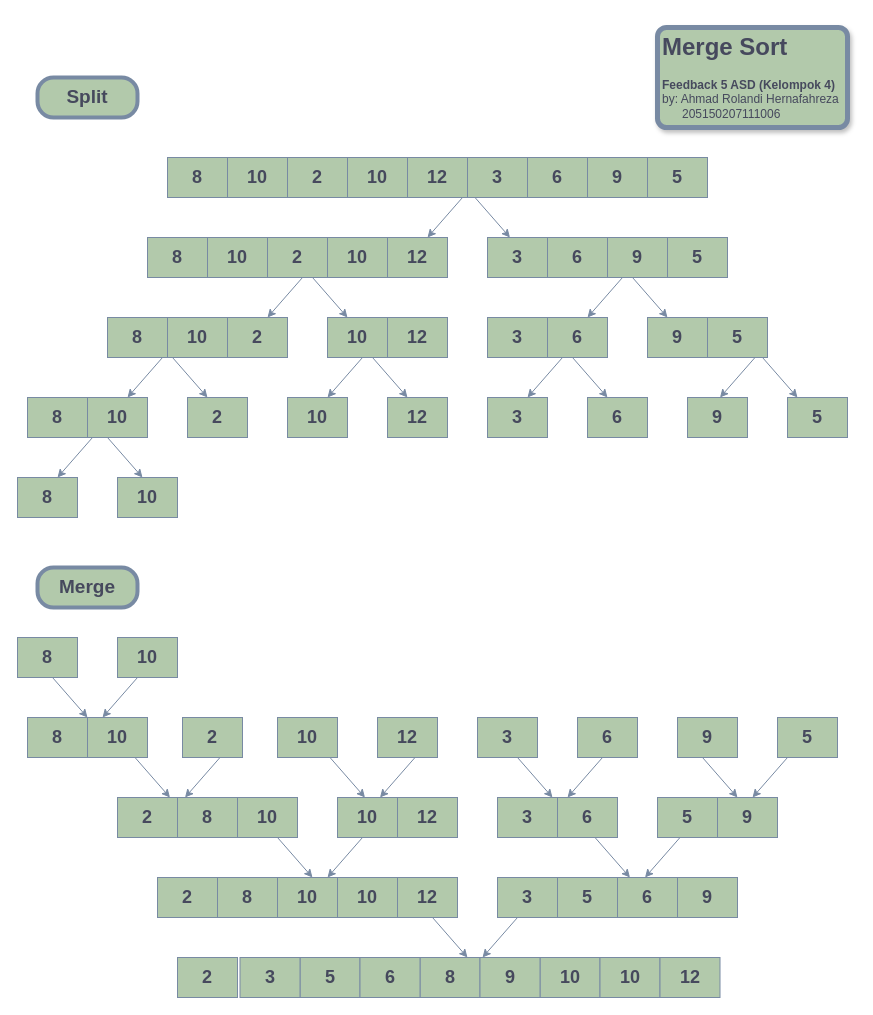
Earlier version of the draw.io diagram MergeSort.drawio (ahmrh/diagrams.net). Source tidied: cells renumbered, new cells numbered last; positions are measured from the earlier drawing's top-left corner, leaving out a move shared by most shapes. Both pictures are drawn from the tidied source at 100%, with x=0, y=0 at pixel (17, 27).
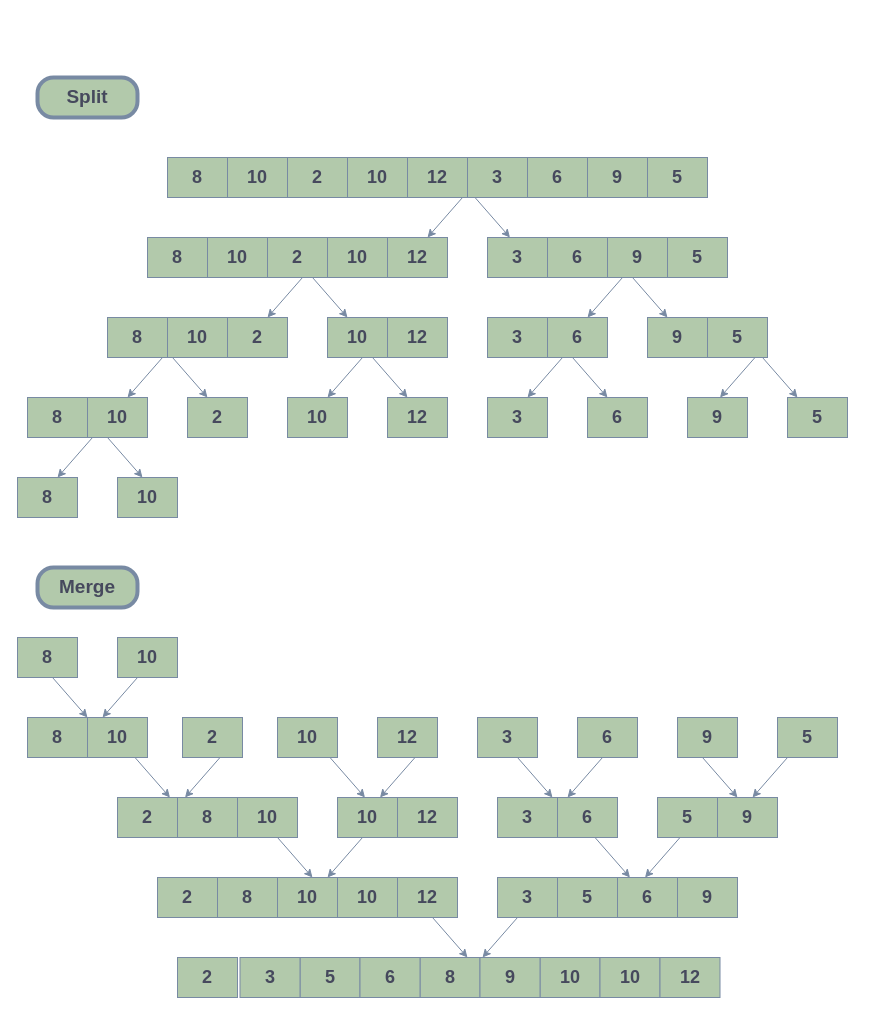
The same diagram, later.

The edit, as a diff of the source:
```diff
@@
-    <mxCell id="120" value="&lt;h1&gt;Merge Sort&lt;/h1&gt;&lt;p&gt;&lt;b&gt;Feedback 5 ASD (Kelompok 4)&lt;/b&gt;&lt;br&gt;by: Ahmad Rolandi Hernafahreza&lt;br&gt;&amp;nbsp; &amp;nbsp; &amp;nbsp; 205150207111006&lt;br&gt;&lt;/p&gt;" style="text;html=1;spacing=5;spacingTop=-20;whiteSpace=wrap;overflow=hidden;rounded=1;sketch=0;fillColor=#B2C9AB;strokeColor=#788AA3;strokeWidth=5;fontColor=#46495D;arcSize=9;glass=0;shadow=1;" parent="1" vertex="1">
-      <mxGeometry x="640" width="190" height="100" as="geometry" />
-    </mxCell>
```
